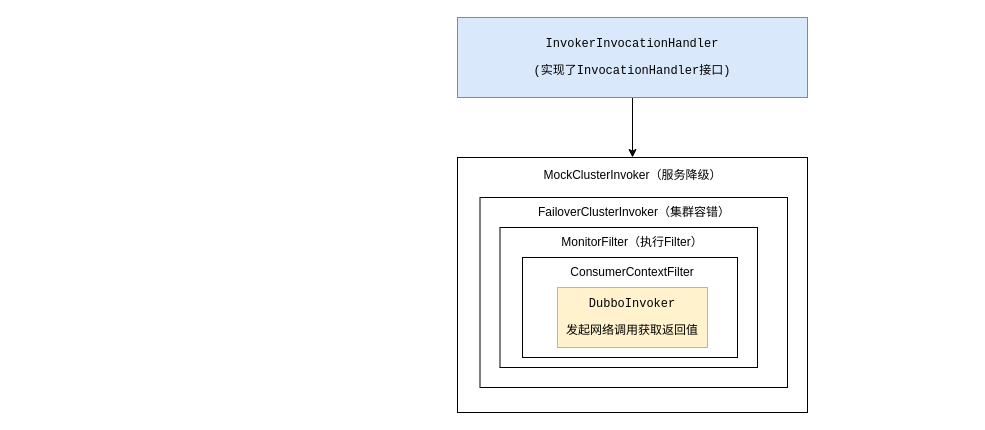
Above: dubbo/dubbo调用逻辑整体图示.drawio in erlieStar/diagrams (draw.io), before the change. Source tidied: cells renumbered, new cells numbered last; positions are measured from the earlier drawing's top-left corner, leaving out a move shared by most shapes. Both pictures are drawn from the tidied source at 100%, with x=0, y=0 at pixel (457, 17).
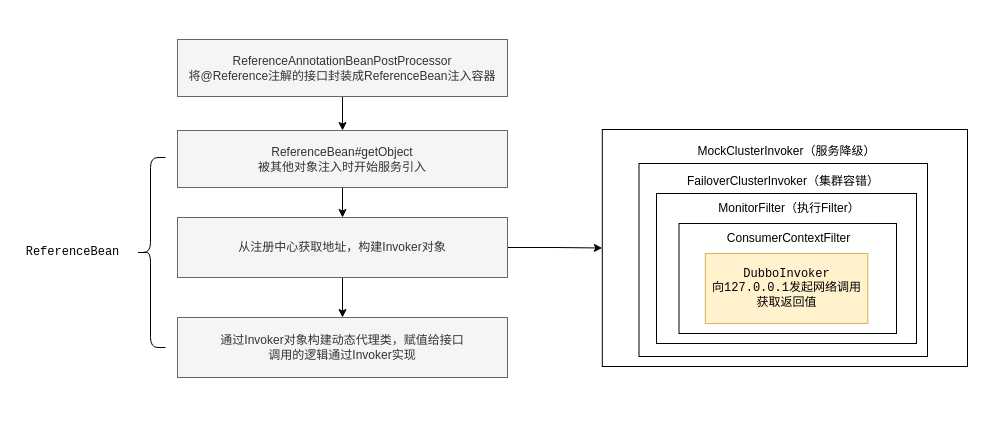
The same page after the edit.

Diff of the diagram source:
```diff
@@
     <mxCell id="2" style="rounded=0;whiteSpace=wrap;html=1;" parent="1" vertex="1">
-      <mxGeometry y="140" width="350" height="255" as="geometry" />
+      <mxGeometry x="144.8" y="112" width="365.2" height="237" as="geometry" />
     </mxCell>
     <mxCell id="3" style="rounded=0;whiteSpace=wrap;html=1;" parent="1" vertex="1">
-      <mxGeometry x="22.5" y="180" width="307.5" height="190" as="geometry" />
+      <mxGeometry x="181.5" y="146" width="288.5" height="193" as="geometry" />
     </mxCell>
-    <mxCell id="4" style="rounded=0;whiteSpace=wrap;html=1;" parent="1" vertex="1">
-      <mxGeometry x="42.5" y="210" width="257.5" height="140" as="geometry" />
-    </mxCell>
-    <mxCell id="5" style="rounded=0;whiteSpace=wrap;html=1;" parent="1" vertex="1">
-      <mxGeometry x="65" y="240" width="215" height="100" as="geometry" />
-    </mxCell>
-    <mxCell id="6" value="&lt;pre&gt;DubboInvoker&lt;/pre&gt;&lt;pre&gt;发起网络调用获取返回值&lt;/pre&gt;" style="rounded=0;whiteSpace=wrap;html=1;fillColor=#fff2cc;strokeColor=#d6b656;" parent="1" vertex="1">
-      <mxGeometry x="100" y="270" width="150" height="60" as="geometry" />
-    </mxCell>
+    <mxCell id="9" value="FailoverClusterInvoker（集群容错）" style="text;html=1;strokeColor=none;fillColor=none;align=center;verticalAlign=middle;whiteSpace=wrap;rounded=0;" parent="1" vertex="1">
+      <mxGeometry x="221.5" y="149" width="207.5" height="30" as="geometry" />
+    </mxCell>
+    <mxCell id="10" value="MockClusterInvoker（&lt;span&gt;服务降级）&lt;/span&gt;" style="text;html=1;strokeColor=none;fillColor=none;align=center;verticalAlign=middle;whiteSpace=wrap;rounded=0;" parent="1" vertex="1">
+      <mxGeometry x="235.5" y="119" width="187" height="30" as="geometry" />
+    </mxCell>
+    <mxCell id="13" style="edgeStyle=none;rounded=0;jettySize=auto;html=1;fontFamily=Helvetica;" parent="1" edge="1" target="15">
+      <mxGeometry relative="1" as="geometry">
+        <mxPoint x="-115" y="70" as="sourcePoint" />
+      </mxGeometry>
+    </mxCell>
+    <mxCell id="14" style="edgeStyle=none;rounded=0;jettySize=auto;html=1;fontFamily=Helvetica;" parent="1" edge="1" source="15" target="19">
+      <mxGeometry relative="1" as="geometry" />
+    </mxCell>
+    <mxCell id="15" value="ReferenceBean#getObject&lt;br&gt;被其他对象注入时开始服务引入" style="rounded=0;whiteSpace=wrap;html=1;fontFamily=Helvetica;fillColor=#f5f5f5;strokeColor=#666666;fontColor=#333333;" parent="1" vertex="1">
+      <mxGeometry x="-280" y="113" width="330" height="57" as="geometry" />
+    </mxCell>
+    <mxCell id="16" value="通过Invoker对象构建动态代理类，赋值给接口&lt;br&gt;调用的逻辑通过Invoker实现" style="rounded=0;whiteSpace=wrap;html=1;fontFamily=Helvetica;fillColor=#f5f5f5;strokeColor=#666666;fontColor=#333333;" parent="1" vertex="1">
+      <mxGeometry x="-280" y="300" width="330" height="60" as="geometry" />
+    </mxCell>
+    <mxCell id="17" style="edgeStyle=none;rounded=0;jettySize=auto;html=1;fontFamily=Helvetica;" parent="1" edge="1" source="19" target="16">
+      <mxGeometry relative="1" as="geometry" />
+    </mxCell>
+    <mxCell id="18" style="edgeStyle=orthogonalEdgeStyle;rounded=0;jettySize=auto;html=1;exitX=1;exitY=0.5;exitDx=0;exitDy=0;entryX=0;entryY=0.5;entryDx=0;entryDy=0;" parent="1" edge="1" source="19" target="2">
+      <mxGeometry relative="1" as="geometry" />
+    </mxCell>
+    <mxCell id="19" value="从注册中心获取地址，构建Invoker对象" style="rounded=0;whiteSpace=wrap;html=1;fontFamily=Helvetica;fillColor=#f5f5f5;strokeColor=#666666;fontColor=#333333;" parent="1" vertex="1">
+      <mxGeometry x="-280" y="200" width="330" height="60" as="geometry" />
+    </mxCell>
+    <mxCell id="20" style="shape=curlyBracket;whiteSpace=wrap;html=1;rounded=1;fontFamily=Helvetica;size=0.5;" parent="1" vertex="1">
+      <mxGeometry x="-322" y="140" width="30" height="190" as="geometry" />
+    </mxCell>
+    <mxCell id="21" value="&lt;pre&gt;ReferenceBean&lt;/pre&gt;" style="text;html=1;align=center;verticalAlign=middle;strokeColor=none;fillColor=none;fontFamily=Helvetica;" parent="1" vertex="1">
+      <mxGeometry x="-440" y="215" width="110" height="40" as="geometry" />
+    </mxCell>
+    <mxCell id="22" value="&lt;div&gt;ReferenceAnnotationBeanPostProcessor&lt;/div&gt;&lt;div&gt;将@Reference注解的接口封装成ReferenceBean注入容器&lt;/div&gt;" style="rounded=0;whiteSpace=wrap;html=1;fontFamily=Helvetica;fillColor=#f5f5f5;strokeColor=#666666;fontColor=#333333;" parent="1" vertex="1">
+      <mxGeometry x="-280" y="22" width="330" height="57" as="geometry" />
+    </mxCell>
+    <mxCell id="23" style="rounded=0;whiteSpace=wrap;html=1;" parent="1" vertex="1">
+      <mxGeometry x="199" y="176" width="260" height="150" as="geometry" />
+    </mxCell>
+    <mxCell id="24" style="rounded=0;whiteSpace=wrap;html=1;" parent="1" vertex="1">
+      <mxGeometry x="221.5" y="206" width="217.5" height="110" as="geometry" />
+    </mxCell>
+    <mxCell id="25" value="&lt;pre&gt;DubboInvoker&lt;br/&gt;向127.0.0.1发起网络调用&lt;br/&gt;获取返回值&lt;br&gt;&lt;/pre&gt;" style="rounded=0;whiteSpace=wrap;html=1;fillColor=#fff2cc;strokeColor=#d6b656;" parent="1" vertex="1">
+      <mxGeometry x="247.8" y="236" width="162.5" height="70" as="geometry" />
+    </mxCell>
     <mxCell id="7" value="&lt;pre&gt;&lt;font face=&quot;Helvetica&quot;&gt;ConsumerContextFilter&lt;/font&gt;&lt;/pre&gt;" style="text;html=1;strokeColor=none;fillColor=none;align=center;verticalAlign=middle;whiteSpace=wrap;rounded=0;" parent="1" vertex="1">
-      <mxGeometry x="145" y="240" width="60" height="30" as="geometry" />
+      <mxGeometry x="304" y="211" width="55" height="20" as="geometry" />
     </mxCell>
     <mxCell id="8" value="&lt;pre&gt;&lt;font face=&quot;Helvetica&quot;&gt;MonitorFilter（执行Filter）&lt;/font&gt;&lt;/pre&gt;" style="text;html=1;strokeColor=none;fillColor=none;align=center;verticalAlign=middle;whiteSpace=wrap;rounded=0;" parent="1" vertex="1">
-      <mxGeometry x="145" y="210" width="60" height="30" as="geometry" />
+      <mxGeometry x="301.5" y="176" width="60" height="30" as="geometry" />
     </mxCell>
-    <mxCell id="9" value="FailoverClusterInvoker（集群容错）" style="text;html=1;strokeColor=none;fillColor=none;align=center;verticalAlign=middle;whiteSpace=wrap;rounded=0;" parent="1" vertex="1">
-      <mxGeometry x="72.5" y="180" width="207.5" height="30" as="geometry" />
-    </mxCell>
-    <mxCell id="10" value="MockClusterInvoker（&lt;span&gt;服务降级）&lt;/span&gt;" style="text;html=1;strokeColor=none;fillColor=none;align=center;verticalAlign=middle;whiteSpace=wrap;rounded=0;" parent="1" vertex="1">
-      <mxGeometry x="81.5" y="143" width="187" height="30" as="geometry" />
-    </mxCell>
-    <mxCell id="11" style="edgeStyle=orthogonalEdgeStyle;rounded=0;jettySize=auto;html=1;exitX=0.5;exitY=1;exitDx=0;exitDy=0;entryX=0.5;entryY=0;entryDx=0;entryDy=0;fontFamily=Helvetica;" parent="1" edge="1" source="12" target="2">
-      <mxGeometry relative="1" as="geometry" />
-    </mxCell>
-    <mxCell id="12" value="&lt;pre&gt;InvokerInvocationHandler&lt;/pre&gt;&lt;pre&gt;(实现了InvocationHandler接口)&lt;/pre&gt;" style="rounded=0;whiteSpace=wrap;html=1;fillColor=#dae8fc;strokeColor=#6c8ebf;" parent="1" vertex="1">
-      <mxGeometry width="350" height="80" as="geometry" />
-    </mxCell>
```
